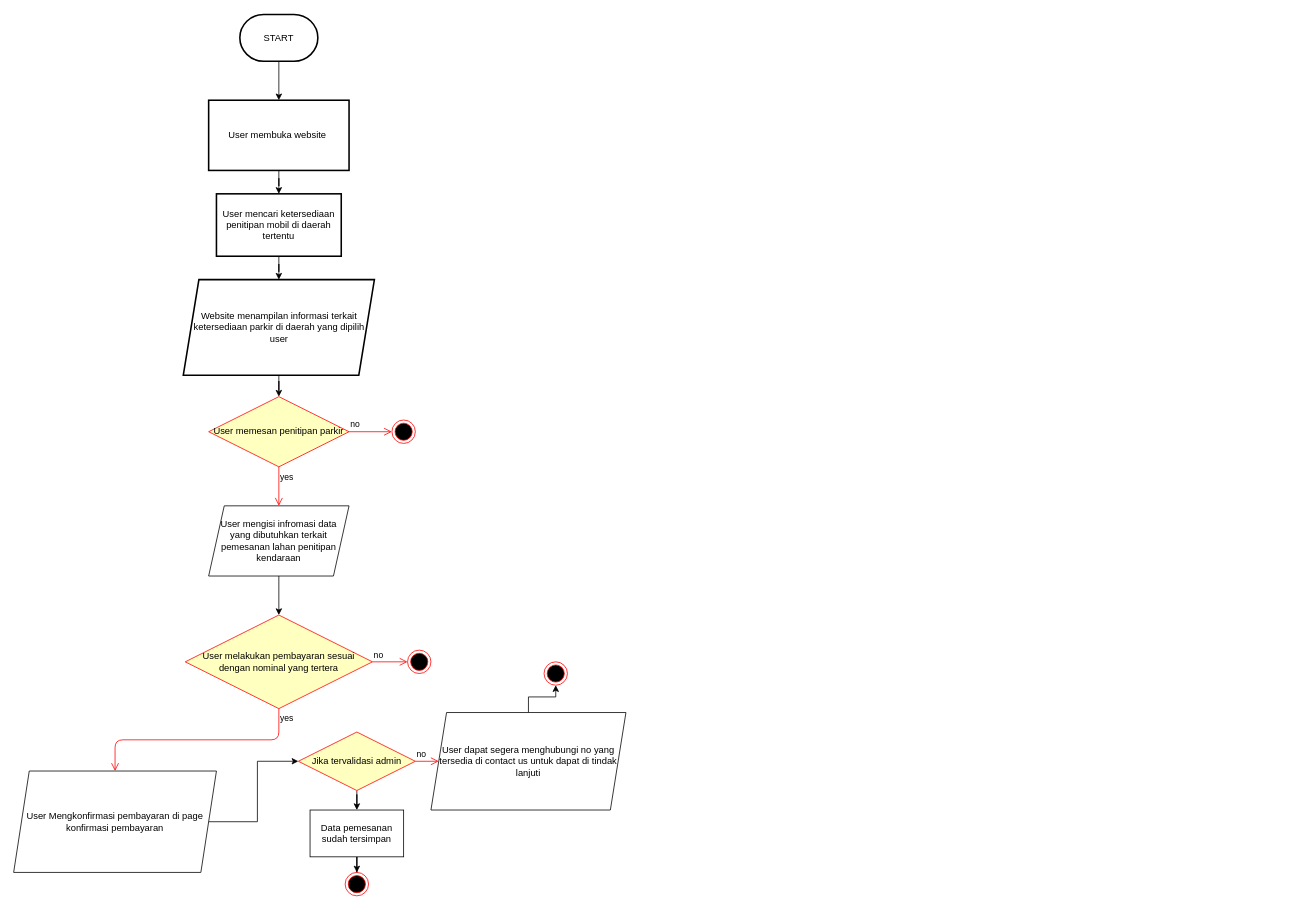
Above: page "flowchart carden" (6 of 7) of Untitled Diagram.drawio in coz-git/coz.github.io (draw.io), before the change. Source tidied: cells renumbered, new cells numbered last; positions are measured from the earlier drawing's top-left corner, leaving out a move shared by most shapes. Both pictures are drawn from the tidied source at 78%, with x=0, y=0 at pixel (13, 14).
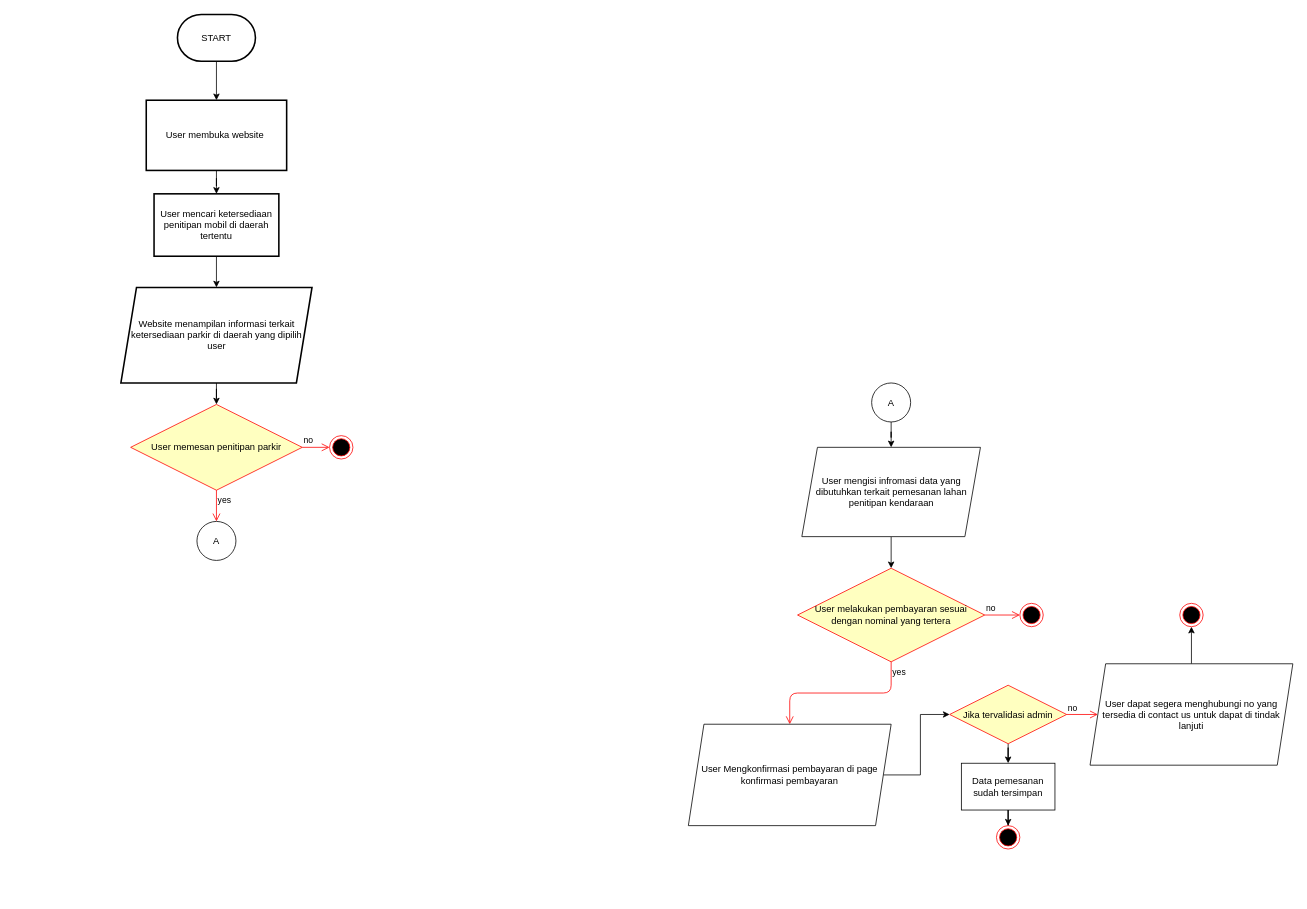
The same page after the edit.

Change to the diagram source:
```diff
@@
     <mxCell id="4" value="User membuka website&amp;nbsp;" style="whiteSpace=wrap;html=1;strokeWidth=2;" parent="1" vertex="1">
-      <mxGeometry x="250" y="110" width="180" height="90" as="geometry" />
+      <mxGeometry x="170" y="110" width="180" height="90" as="geometry" />
     </mxCell>
@@
     <mxCell id="6" value="User mencari ketersediaan penitipan mobil di daerah tertentu" style="whiteSpace=wrap;html=1;strokeWidth=2;" parent="1" vertex="1">
-      <mxGeometry x="260" y="230" width="160" height="80" as="geometry" />
+      <mxGeometry x="180" y="230" width="160" height="80" as="geometry" />
     </mxCell>
@@
     <mxCell id="8" value="Website menampilan informasi terkait ketersediaan parkir di daerah yang dipilih user" style="shape=parallelogram;perimeter=parallelogramPerimeter;whiteSpace=wrap;html=1;fixedSize=1;strokeWidth=2;" parent="1" vertex="1">
-      <mxGeometry x="217.5" y="340" width="245" height="122.5" as="geometry" />
+      <mxGeometry x="137.5" y="350" width="245" height="122.5" as="geometry" />
     </mxCell>
     <mxCell id="9" value="User memesan penitipan parkir" style="rhombus;whiteSpace=wrap;html=1;fillColor=#ffffc0;strokeColor=#ff0000;" parent="1" vertex="1">
-      <mxGeometry x="250" y="490" width="180" height="90" as="geometry" />
+      <mxGeometry x="150" y="500" width="220" height="110" as="geometry" />
     </mxCell>
@@
-    <mxCell id="11" value="yes" style="edgeStyle=orthogonalEdgeStyle;html=1;align=left;verticalAlign=top;endArrow=open;endSize=8;strokeColor=#ff0000;entryX=0.5;entryY=0;entryDx=0;entryDy=0;" parent="1" edge="1" source="9" target="14">
+    <mxCell id="11" value="yes" style="edgeStyle=orthogonalEdgeStyle;html=1;align=left;verticalAlign=top;endArrow=open;endSize=8;strokeColor=#ff0000;" parent="1" edge="1" source="9" target="37">
       <mxGeometry x="-1" relative="1" as="geometry" />
     </mxCell>
     <mxCell id="12" style="ellipse;html=1;shape=endState;fillColor=#000000;strokeColor=#ff0000;" parent="1" vertex="1">
-      <mxGeometry x="485" y="520" width="30" height="30" as="geometry" />
+      <mxGeometry x="405" y="540" width="30" height="30" as="geometry" />
     </mxCell>
-    <mxCell id="13" style="edgeStyle=orthogonalEdgeStyle;rounded=0;jettySize=auto;html=1;entryX=0.5;entryY=0;entryDx=0;entryDy=0;" parent="1" edge="1" source="14" target="15">
-      <mxGeometry relative="1" as="geometry" />
-    </mxCell>
-    <mxCell id="14" value="&lt;span&gt;User mengisi infromasi data yang dibutuhkan terkait pemesanan lahan penitipan kendaraan&lt;/span&gt;" style="shape=parallelogram;perimeter=parallelogramPerimeter;whiteSpace=wrap;html=1;fixedSize=1;rounded=0;" parent="1" vertex="1">
-      <mxGeometry x="250" y="630" width="180" height="90" as="geometry" />
-    </mxCell>
+    <mxCell id="30" value="START" style="strokeWidth=2;html=1;shape=mxgraph.flowchart.terminator;whiteSpace=wrap;" parent="1" vertex="1">
+      <mxGeometry x="210" width="100" height="60" as="geometry" />
+    </mxCell>
     <mxCell id="15" value="User melakukan pembayaran sesuai dengan nominal yang tertera" style="rhombus;whiteSpace=wrap;html=1;fillColor=#ffffc0;strokeColor=#ff0000;" parent="1" vertex="1">
-      <mxGeometry x="220" y="770" width="240" height="120" as="geometry" />
+      <mxGeometry x="1005" y="710" width="240" height="120" as="geometry" />
     </mxCell>
-    <mxCell id="16" value="no" style="edgeStyle=orthogonalEdgeStyle;html=1;align=left;verticalAlign=bottom;endArrow=open;endSize=8;strokeColor=#ff0000;entryX=0;entryY=0.5;entryDx=0;entryDy=0;" parent="1" edge="1" source="15" target="18">
+    <mxCell id="16" value="no" style="edgeStyle=orthogonalEdgeStyle;html=1;align=left;verticalAlign=bottom;endArrow=open;endSize=8;strokeColor=#ff0000;entryX=0;entryY=0.5;entryDx=0;entryDy=0;" parent="1" edge="1" source="15" target="31">
       <mxGeometry x="-1" relative="1" as="geometry" />
     </mxCell>
@@
-    <mxCell id="18" style="ellipse;html=1;shape=endState;fillColor=#000000;strokeColor=#ff0000;" parent="1" vertex="1">
-      <mxGeometry x="505" y="815" width="30" height="30" as="geometry" />
-    </mxCell>
+    <mxCell id="31" style="ellipse;html=1;shape=endState;fillColor=#000000;strokeColor=#ff0000;" parent="1" vertex="1">
+      <mxGeometry x="1290" y="755" width="30" height="30" as="geometry" />
+    </mxCell>
@@
     <mxCell id="20" value="User Mengkonfirmasi pembayaran di page konfirmasi pembayaran" style="shape=parallelogram;perimeter=parallelogramPerimeter;whiteSpace=wrap;html=1;fixedSize=1;rounded=0;" parent="1" vertex="1">
-      <mxGeometry y="970" width="260" height="130" as="geometry" />
+      <mxGeometry x="865" y="910" width="260" height="130" as="geometry" />
     </mxCell>
@@
     <mxCell id="22" value="Jika tervalidasi admin" style="rhombus;whiteSpace=wrap;html=1;fillColor=#ffffc0;strokeColor=#ff0000;" parent="1" vertex="1">
-      <mxGeometry x="365" y="920" width="150" height="75" as="geometry" />
+      <mxGeometry x="1200" y="860" width="150" height="75" as="geometry" />
     </mxCell>
@@
-    <mxCell id="24" style="edgeStyle=orthogonalEdgeStyle;rounded=0;jettySize=auto;html=1;" parent="1" edge="1" source="25" target="26">
-      <mxGeometry relative="1" as="geometry" />
-    </mxCell>
+    <mxCell id="32" style="edgeStyle=orthogonalEdgeStyle;rounded=0;jettySize=auto;html=1;entryX=0.5;entryY=0;entryDx=0;entryDy=0;" parent="1" edge="1" source="25" target="38">
+      <mxGeometry relative="1" as="geometry" />
+    </mxCell>
     <mxCell id="25" value="Data pemesanan sudah tersimpan" style="whiteSpace=wrap;html=1;rounded=0;" parent="1" vertex="1">
-      <mxGeometry x="380" y="1020" width="120" height="60" as="geometry" />
+      <mxGeometry x="1215" y="960" width="120" height="60" as="geometry" />
     </mxCell>
-    <mxCell id="26" style="ellipse;html=1;shape=endState;fillColor=#000000;strokeColor=#ff0000;" parent="1" vertex="1">
-      <mxGeometry x="425" y="1100" width="30" height="30" as="geometry" />
-    </mxCell>
-    <mxCell id="27" style="edgeStyle=orthogonalEdgeStyle;rounded=0;jettySize=auto;html=1;" parent="1" edge="1" source="28" target="29">
-      <mxGeometry relative="1" as="geometry" />
-    </mxCell>
+    <mxCell id="33" style="edgeStyle=orthogonalEdgeStyle;rounded=0;jettySize=auto;html=1;" parent="1" edge="1" source="28" target="34">
+      <mxGeometry relative="1" as="geometry" />
+    </mxCell>
     <mxCell id="28" value="&lt;span&gt;User dapat segera menghubungi no yang tersedia di contact us untuk dapat di tindak lanjuti&lt;/span&gt;" style="shape=parallelogram;perimeter=parallelogramPerimeter;whiteSpace=wrap;html=1;fixedSize=1;rounded=0;" parent="1" vertex="1">
-      <mxGeometry x="535" y="895" width="250" height="125" as="geometry" />
+      <mxGeometry x="1380" y="832.5" width="260" height="130" as="geometry" />
     </mxCell>
-    <mxCell id="29" style="ellipse;html=1;shape=endState;fillColor=#000000;strokeColor=#ff0000;" parent="1" vertex="1">
-      <mxGeometry x="680" y="830" width="30" height="30" as="geometry" />
-    </mxCell>
-    <mxCell id="30" value="START" style="strokeWidth=2;html=1;shape=mxgraph.flowchart.terminator;whiteSpace=wrap;" parent="1" vertex="1">
-      <mxGeometry x="290" width="100" height="60" as="geometry" />
-    </mxCell>
+    <mxCell id="34" style="ellipse;html=1;shape=endState;fillColor=#000000;strokeColor=#ff0000;" parent="1" vertex="1">
+      <mxGeometry x="1495" y="755" width="30" height="30" as="geometry" />
+    </mxCell>
+    <mxCell id="35" style="edgeStyle=orthogonalEdgeStyle;rounded=0;jettySize=auto;html=1;" parent="1" edge="1" source="36" target="14">
+      <mxGeometry relative="1" as="geometry" />
+    </mxCell>
+    <mxCell id="36" value="A" style="ellipse;whiteSpace=wrap;html=1;" parent="1" vertex="1">
+      <mxGeometry x="1100" y="472.5" width="50" height="50" as="geometry" />
+    </mxCell>
+    <mxCell id="37" value="A" style="ellipse;whiteSpace=wrap;html=1;" parent="1" vertex="1">
+      <mxGeometry x="235" y="650" width="50" height="50" as="geometry" />
+    </mxCell>
+    <mxCell id="13" style="edgeStyle=orthogonalEdgeStyle;rounded=0;jettySize=auto;html=1;" parent="1" edge="1" source="14" target="15">
+      <mxGeometry relative="1" as="geometry" />
+    </mxCell>
+    <mxCell id="14" value="&lt;span&gt;User mengisi infromasi data yang dibutuhkan terkait pemesanan lahan penitipan kendaraan&lt;/span&gt;" style="shape=parallelogram;perimeter=parallelogramPerimeter;whiteSpace=wrap;html=1;fixedSize=1;rounded=0;" parent="1" vertex="1">
+      <mxGeometry x="1010.5" y="555" width="229" height="114.5" as="geometry" />
+    </mxCell>
+    <mxCell id="38" style="ellipse;html=1;shape=endState;fillColor=#000000;strokeColor=#ff0000;" parent="1" vertex="1">
+      <mxGeometry x="1260" y="1040" width="30" height="30" as="geometry" />
+    </mxCell>
```
